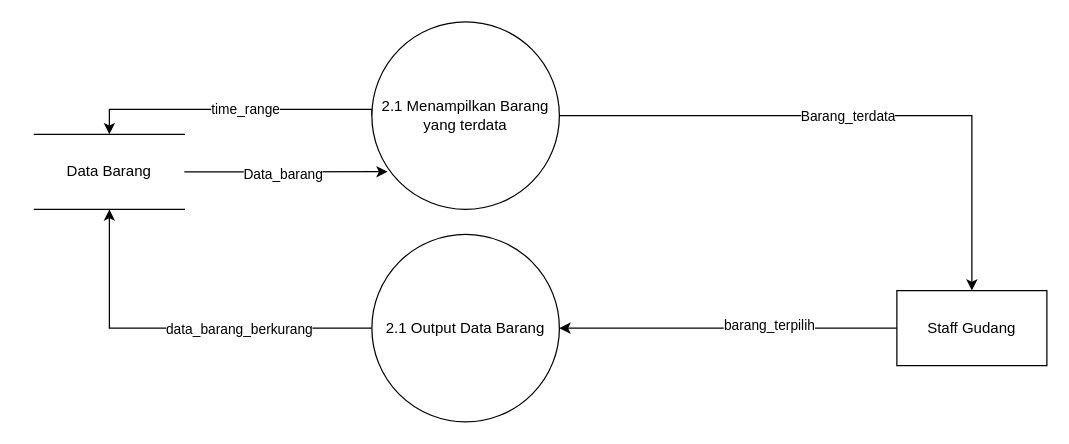
This is kkp-dfd1-3.drawio from raflialkindhi/graph-save, a draw.io file, before an edit. Source tidied: cells renumbered, new cells numbered last; positions are measured from the earlier drawing's top-left corner, leaving out a move shared by most shapes. Both pictures are drawn from the tidied source at 125%, with x=0, y=0 at pixel (34, 21).
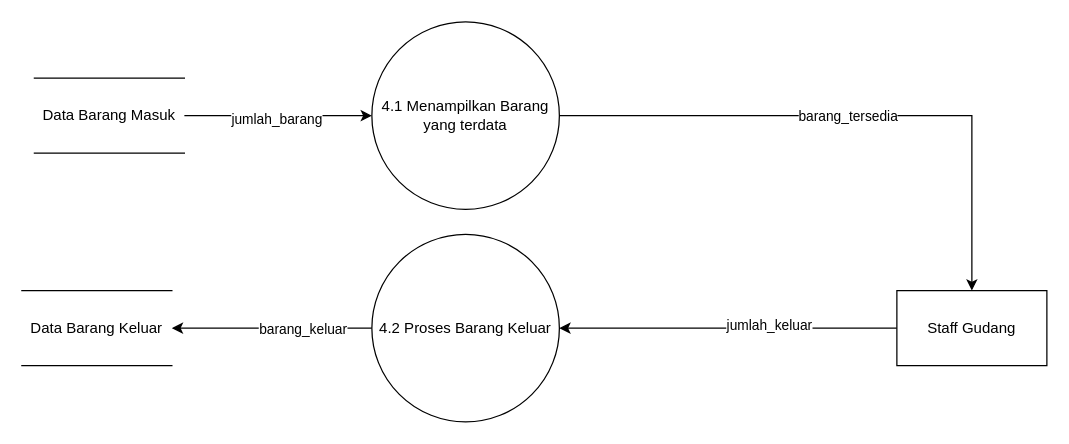
After the change.

Diff of the diagram source:
```diff
@@
 <mxGraphModel>
   <root>
     <mxCell id="0" />
     <mxCell id="1" parent="0" />
-    <mxCell id="2" style="edgeStyle=orthogonalEdgeStyle;rounded=0;jettySize=auto;html=1;exitX=0;exitY=0.5;exitDx=0;exitDy=0;entryX=0.5;entryY=0;entryDx=0;entryDy=0;" parent="1" edge="1" source="6" target="12">
-      <mxGeometry relative="1" as="geometry">
-        <Array as="points">
-          <mxPoint x="270" y="70" />
-          <mxPoint x="60" y="70" />
-        </Array>
-      </mxGeometry>
-    </mxCell>
-    <mxCell id="3" value="time_range" style="edgeLabel;html=1;align=center;verticalAlign=middle;" parent="2" vertex="1">
-      <mxGeometry x="-0.09" y="-1" relative="1" as="geometry" />
-    </mxCell>
     <mxCell id="4" style="edgeStyle=orthogonalEdgeStyle;rounded=0;jettySize=auto;html=1;exitX=1;exitY=0.5;exitDx=0;exitDy=0;entryX=0.5;entryY=0;entryDx=0;entryDy=0;" parent="1" edge="1" source="6" target="9">
       <mxGeometry relative="1" as="geometry" />
     </mxCell>
-    <mxCell id="5" value="Barang_terdata" style="edgeLabel;html=1;align=center;verticalAlign=middle;" parent="4" vertex="1">
+    <mxCell id="5" value="barang_tersedia" style="edgeLabel;html=1;align=center;verticalAlign=middle;" parent="4" vertex="1">
       <mxGeometry x="-0.02" relative="1" as="geometry" />
     </mxCell>
-    <mxCell id="6" value="2.1 Menampilkan Barang yang terdata" style="ellipse;whiteSpace=wrap;html=1;" parent="1" vertex="1">
+    <mxCell id="6" value="4.1 Menampilkan Barang yang terdata" style="ellipse;whiteSpace=wrap;html=1;" parent="1" vertex="1">
       <mxGeometry x="270" width="150" height="150" as="geometry" />
     </mxCell>
     <mxCell id="7" style="edgeStyle=orthogonalEdgeStyle;rounded=0;jettySize=auto;html=1;exitX=0;exitY=0.5;exitDx=0;exitDy=0;entryX=1;entryY=0.5;entryDx=0;entryDy=0;" parent="1" edge="1" source="9" target="15">
       <mxGeometry relative="1" as="geometry" />
     </mxCell>
-    <mxCell id="8" value="barang_terpilih" style="edgeLabel;html=1;align=center;verticalAlign=middle;" parent="7" vertex="1">
+    <mxCell id="8" value="jumlah_keluar" style="edgeLabel;html=1;align=center;verticalAlign=middle;" parent="7" vertex="1">
       <mxGeometry x="-0.24" y="-3" relative="1" as="geometry" />
     </mxCell>
     <mxCell id="9" value="Staff Gudang" style="rounded=0;whiteSpace=wrap;html=1;" parent="1" vertex="1">
       <mxGeometry x="690" y="215" width="120" height="60" as="geometry" />
     </mxCell>
-    <mxCell id="10" style="edgeStyle=orthogonalEdgeStyle;rounded=0;jettySize=auto;html=1;exitX=1;exitY=0.5;exitDx=0;exitDy=0;entryX=0.084;entryY=0.799;entryDx=0;entryDy=0;entryPerimeter=0;" parent="1" edge="1" source="12" target="6">
+    <mxCell id="10" style="edgeStyle=orthogonalEdgeStyle;rounded=0;jettySize=auto;html=1;exitX=1;exitY=0.5;exitDx=0;exitDy=0;entryX=0;entryY=0.5;entryDx=0;entryDy=0;" parent="1" edge="1" source="12" target="6">
       <mxGeometry relative="1" as="geometry" />
     </mxCell>
-    <mxCell id="11" value="Data_barang" style="edgeLabel;html=1;align=center;verticalAlign=middle;" parent="10" vertex="1">
+    <mxCell id="11" value="jumlah_barang" style="edgeLabel;html=1;align=center;verticalAlign=middle;" parent="10" vertex="1">
       <mxGeometry x="-0.03" y="-2" relative="1" as="geometry" />
     </mxCell>
-    <mxCell id="12" value="Data Barang" style="shape=partialRectangle;whiteSpace=wrap;html=1;left=0;right=0;fillColor=none;" parent="1" vertex="1">
-      <mxGeometry y="90" width="120" height="60" as="geometry" />
+    <mxCell id="12" value="Data Barang Masuk" style="shape=partialRectangle;whiteSpace=wrap;html=1;left=0;right=0;fillColor=none;" parent="1" vertex="1">
+      <mxGeometry y="45" width="120" height="60" as="geometry" />
     </mxCell>
-    <mxCell id="13" style="edgeStyle=orthogonalEdgeStyle;rounded=0;jettySize=auto;html=1;exitX=0;exitY=0.5;exitDx=0;exitDy=0;entryX=0.5;entryY=1;entryDx=0;entryDy=0;" parent="1" edge="1" source="15" target="12">
+    <mxCell id="13" style="edgeStyle=orthogonalEdgeStyle;rounded=0;jettySize=auto;html=1;exitX=0;exitY=0.5;exitDx=0;exitDy=0;entryX=1;entryY=0.5;entryDx=0;entryDy=0;" parent="1" edge="1" source="15" target="16">
       <mxGeometry relative="1" as="geometry" />
     </mxCell>
-    <mxCell id="14" value="data_barang_berkurang" style="edgeLabel;html=1;align=center;verticalAlign=middle;" parent="13" vertex="1">
+    <mxCell id="14" value="barang_keluar" style="edgeLabel;html=1;align=center;verticalAlign=middle;" parent="13" vertex="1">
       <mxGeometry x="-0.3" relative="1" as="geometry" />
     </mxCell>
-    <mxCell id="15" value="2.1 Output Data Barang" style="ellipse;whiteSpace=wrap;html=1;" parent="1" vertex="1">
+    <mxCell id="15" value="4.2 Proses Barang Keluar" style="ellipse;whiteSpace=wrap;html=1;" parent="1" vertex="1">
       <mxGeometry x="270" y="170" width="150" height="150" as="geometry" />
     </mxCell>
+    <mxCell id="16" value="Data Barang Keluar" style="shape=partialRectangle;whiteSpace=wrap;html=1;left=0;right=0;fillColor=none;" parent="1" vertex="1">
+      <mxGeometry x="-10" y="215" width="120" height="60" as="geometry" />
+    </mxCell>
   </root>
 </mxGraphModel>
```
